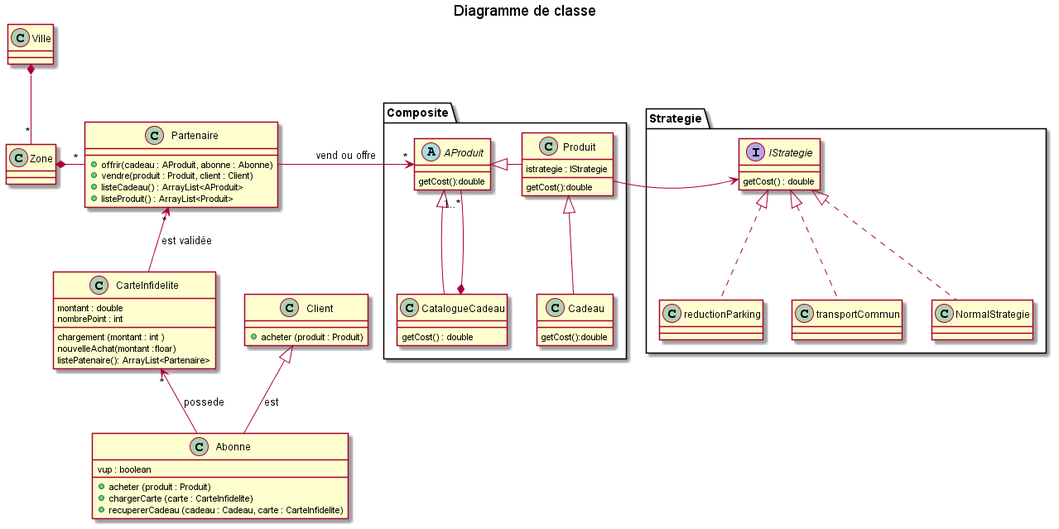
ZeroAbsolue/infidelite keeps this PlantUML diagram as out/DiagrammeDeChoixDeConception2/Diagramme de classe.png. Above is the earlier version. Source of this version:
```plantuml
@startuml
title Diagramme de classe

class Partenaire{

    + offrir(cadeau : AProduit, abonne : Abonne)
    + vendre(produit : Produit, client : Client)
    + listeCadeau() : ArrayList<AProduit>
    + listeProduit() : ArrayList<Produit>
}

class Zone{}

class Abonne{
    vup : boolean
    + acheter (produit : Produit)
    + chargerCarte (carte : CarteInfidelite)
    + recupererCadeau (cadeau : Cadeau, carte : CarteInfidelite)
}

class Client{
    + acheter (produit : Produit)
}

class CarteInfidelite{
    montant : double
    nombrePoint : int
    chargement (montant : int )
    nouvelleAchat(montant :floar)
    listePatenaire(): ArrayList<Partenaire>
}
class Ville

package Composite{
    abstract  AProduit{
        getCost():double
    }
    class Produit{
        istrategie : IStrategie
        getCost():double
    }
    class CatalogueCadeau{
        getCost() : double
    }
    class Cadeau{
        getCost():double
    }
    Produit -left-|> AProduit
    Cadeau -up-|> Produit
    CatalogueCadeau -up-|> AProduit
    CatalogueCadeau *-up- "1..*" AProduit

}


package Strategie{
    class reductionParking
    class transportCommun
    class NormalStrategie
    interface IStrategie{
        getCost() : double
    }
    reductionParking .up.|> IStrategie
    NormalStrategie .up.|> IStrategie
    transportCommun .up.|> IStrategie
}

Abonne -up-> "*"CarteInfidelite : possede
Abonne -up-|> Client : est

Ville *-- "*" Zone
Zone *-right- "*" Partenaire
Partenaire -> "*" AProduit : vend ou offre
Produit -> IStrategie
CarteInfidelite -up-> "*"Partenaire : "est validée"


@enduml
```
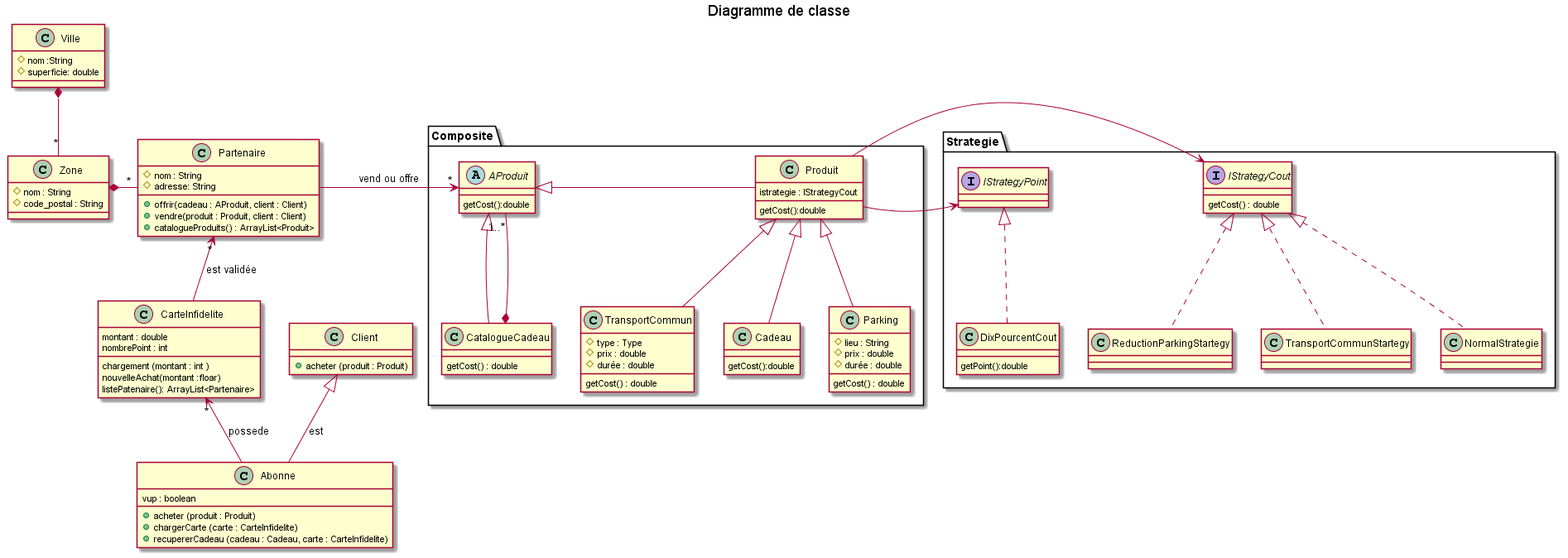
The same diagram one commit later.

Commit message:
generation du nouvau diagramme de classe

The edit, as a diff of the source:
```diff
@@ -2,14 +2,17 @@
 title Diagramme de classe
 
 class Partenaire{
-
-    + offrir(cadeau : AProduit, abonne : Abonne)
+    # nom : String
+    # adresse: String
+    + offrir(cadeau : AProduit, client : Client)
     + vendre(produit : Produit, client : Client)
-    + listeCadeau() : ArrayList<AProduit>
-    + listeProduit() : ArrayList<Produit>
+    + catalogueProduits() : ArrayList<Produit>
 }
 
-class Zone{}
+class Zone{
+    # nom : String
+    # code_postal : String
+}
 
 class Abonne{
     vup : boolean
@@ -29,23 +32,40 @@
     nouvelleAchat(montant :floar)
     listePatenaire(): ArrayList<Partenaire>
 }
-class Ville
+class Ville{
+    # nom :String
+    # superficie: double
+}
 
 package Composite{
     abstract  AProduit{
         getCost():double
     }
     class Produit{
-        istrategie : IStrategie
+        istrategie : IStrategyCout
         getCost():double
     }
     class CatalogueCadeau{
+        getCost() : double
+    }
+    class Parking{
+        #lieu : String
+        #prix : double
+#durée : double
+        getCost() : double
+    }
+    class TransportCommun{
+        #type : Type
+        #prix : double
+#durée : double
         getCost() : double
     }
     class Cadeau{
         getCost():double
     }
     Produit -left-|> AProduit
+    Parking -up-|> Produit
+    TransportCommun -up-|> Produit
     Cadeau -up-|> Produit
     CatalogueCadeau -up-|> AProduit
     CatalogueCadeau *-up- "1..*" AProduit
@@ -54,15 +74,20 @@
 
 
 package Strategie{
-    class reductionParking
-    class transportCommun
+    class ReductionParkingStartegy
+    class TransportCommunStartegy
     class NormalStrategie
-    interface IStrategie{
+    class DixPourcentCout{
+        getPoint():double
+    }
+    interface IStrategyCout{
         getCost() : double
     }
-    reductionParking .up.|> IStrategie
-    NormalStrategie .up.|> IStrategie
-    transportCommun .up.|> IStrategie
+    interface IStrategyPoint
+    ReductionParkingStartegy .up.|> IStrategyCout
+    NormalStrategie .up.|> IStrategyCout
+    TransportCommunStartegy .up.|> IStrategyCout
+    DixPourcentCout .up.|> IStrategyPoint
 }
 
 Abonne -up-> "*"CarteInfidelite : possede
@@ -71,7 +96,8 @@
 Ville *-- "*" Zone
 Zone *-right- "*" Partenaire
 Partenaire -> "*" AProduit : vend ou offre
-Produit -> IStrategie
+Produit -> IStrategyCout
+Produit -> IStrategyPoint
 CarteInfidelite -up-> "*"Partenaire : "est validée"
 
 
```
